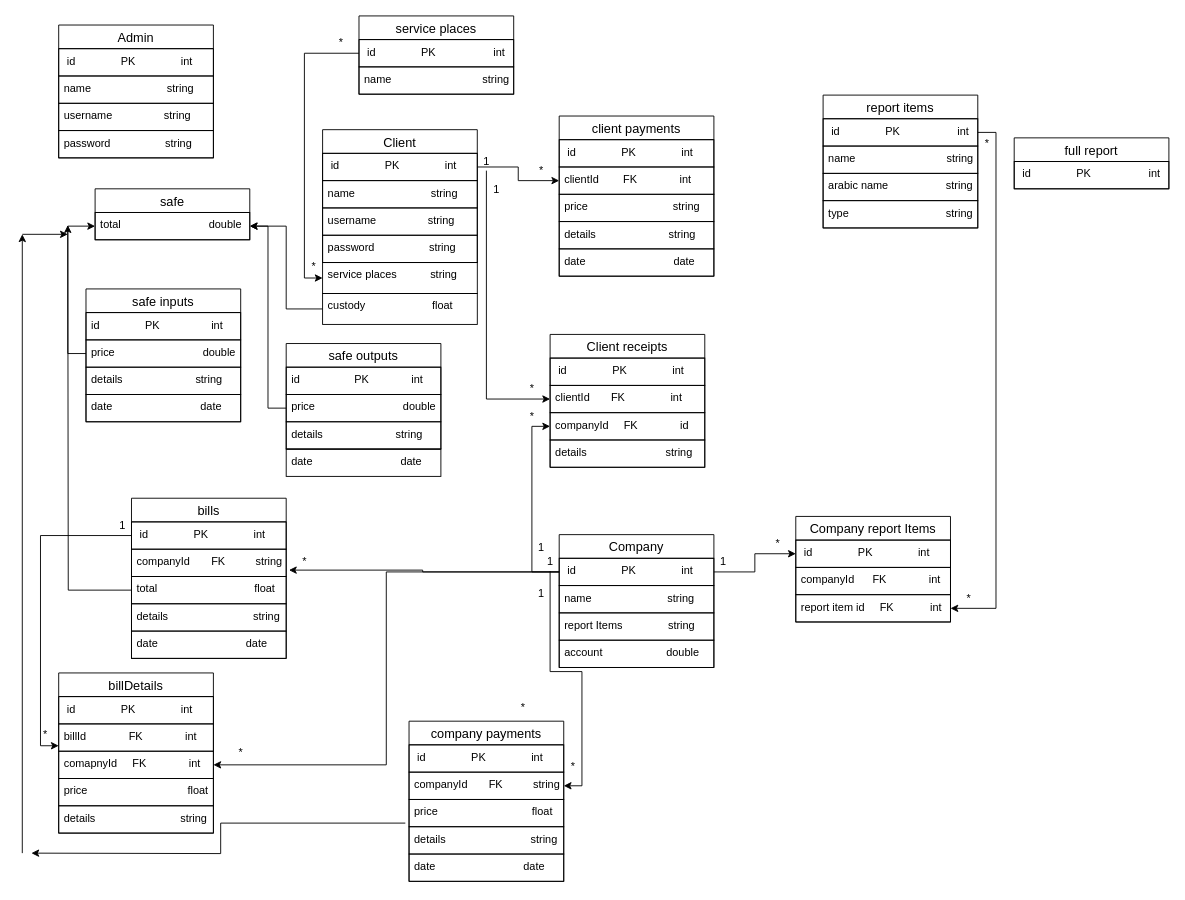
Above: page "schema" (1 of 3) of system-design.drawio in mohammedlokma/system-frontend (draw.io), before the change. Source tidied: cells renumbered, new cells numbered last; positions are measured from the earlier drawing's top-left corner, leaving out a move shared by most shapes. Both pictures are drawn from the tidied source at 91%, with x=0, y=0 at pixel (22, 15).
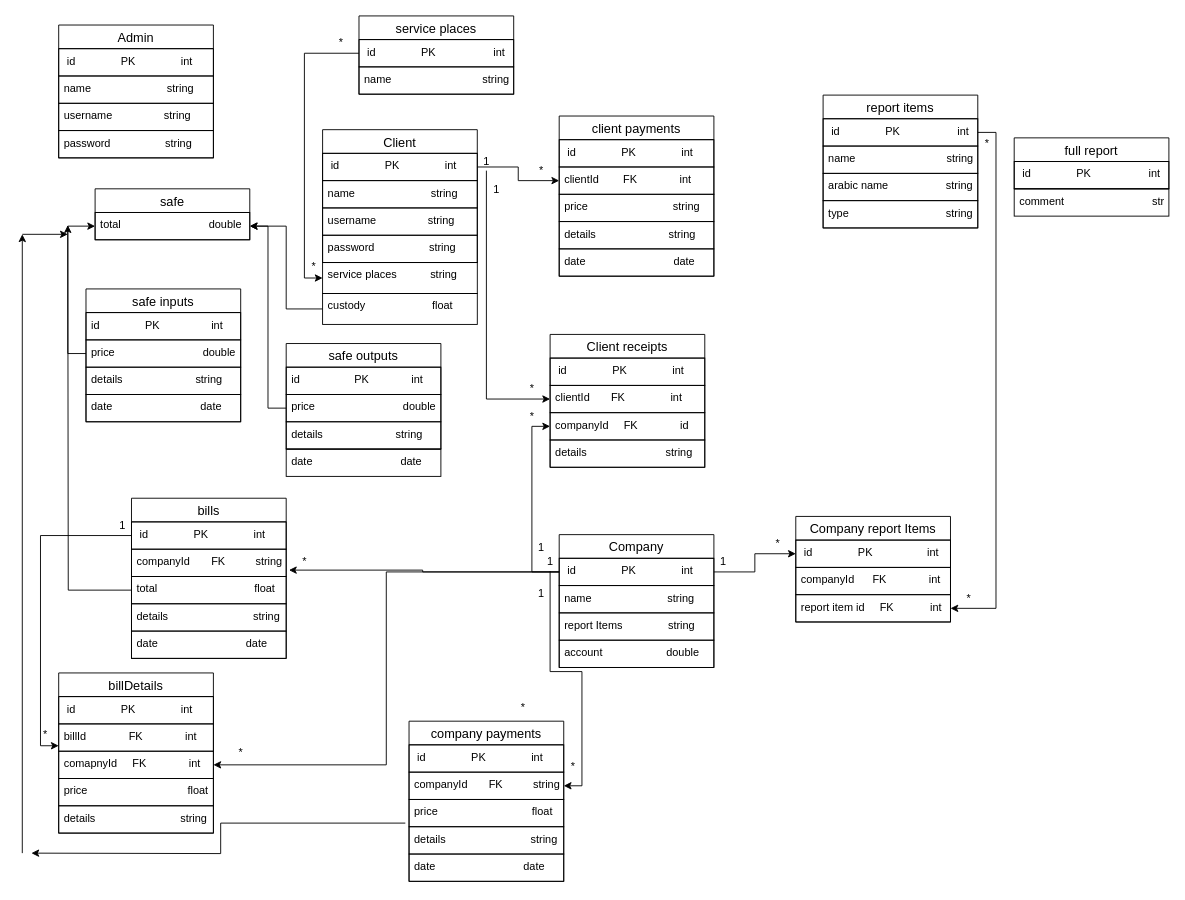
The same page after the edit.

Unchanged cells that the change refers to:
```xml
<mxCell id="101" value="Company report Items" style="swimlane;fontStyle=0;horizontal=1;startSize=26;align=center;fontSize=14;" parent="1" vertex="1">
  <mxGeometry x="850" y="550" width="170" height="116" as="geometry" />
</mxCell>
```

The edit, as a diff of the source:
```diff
@@
-    <mxCell id="102" value=" id               PK               int" style="text;strokeColor=default;fillColor=none;spacingLeft=4;spacingRight=4;overflow=hidden;points=[[0,0.5],[1,0.5]];portConstraint=eastwest;fontSize=12;" parent="101" vertex="1">
+    <mxCell id="102" value=" id               PK                  int" style="text;strokeColor=default;fillColor=none;spacingLeft=4;spacingRight=4;overflow=hidden;points=[[0,0.5],[1,0.5]];portConstraint=eastwest;fontSize=12;" parent="101" vertex="1">
       <mxGeometry y="26" width="170" height="30" as="geometry" />
     </mxCell>
@@
+    <mxCell id="111" value="comment                             str" style="text;strokeColor=default;fillColor=none;spacingLeft=4;spacingRight=4;overflow=hidden;fontSize=12;&#10;border:1;" parent="1" vertex="1">
+      <mxGeometry x="1090" y="190" width="170" height="30" as="geometry" />
+    </mxCell>
```
